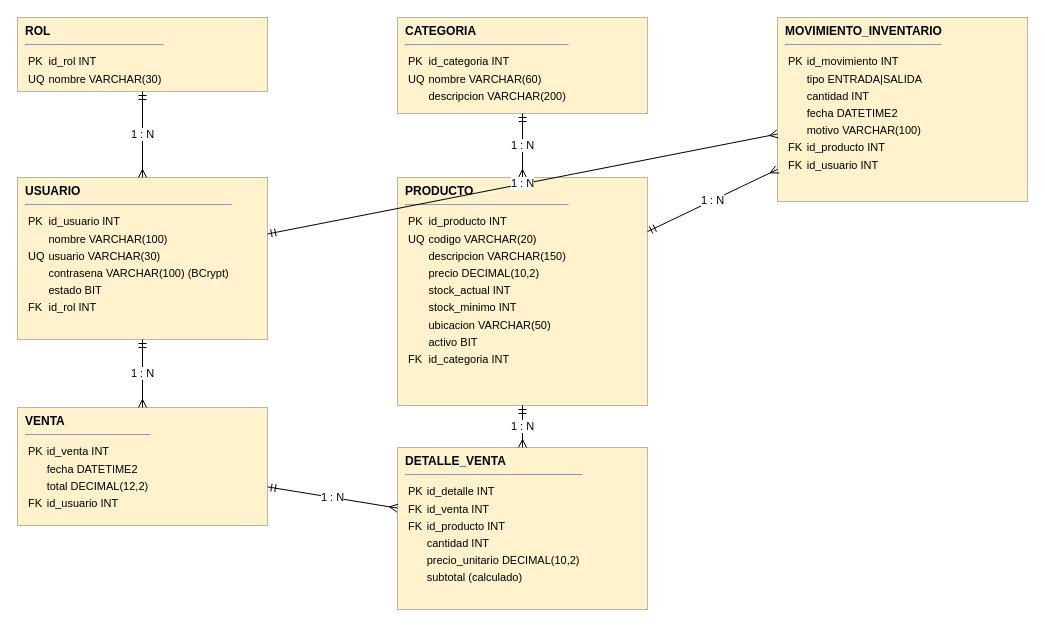
The draw.io diagram 02_Diseno_Tecnico/02_Modelo_Entidad_Relacion.drawio in u00041062-cyber/ferreteria-inventario-ventas, before the edit. Source tidied: cells renumbered, new cells numbered last; positions are measured from the earlier drawing's top-left corner, leaving out a move shared by most shapes. Both pictures are drawn from the tidied source at 100%, with x=0, y=0 at pixel (17, 17).
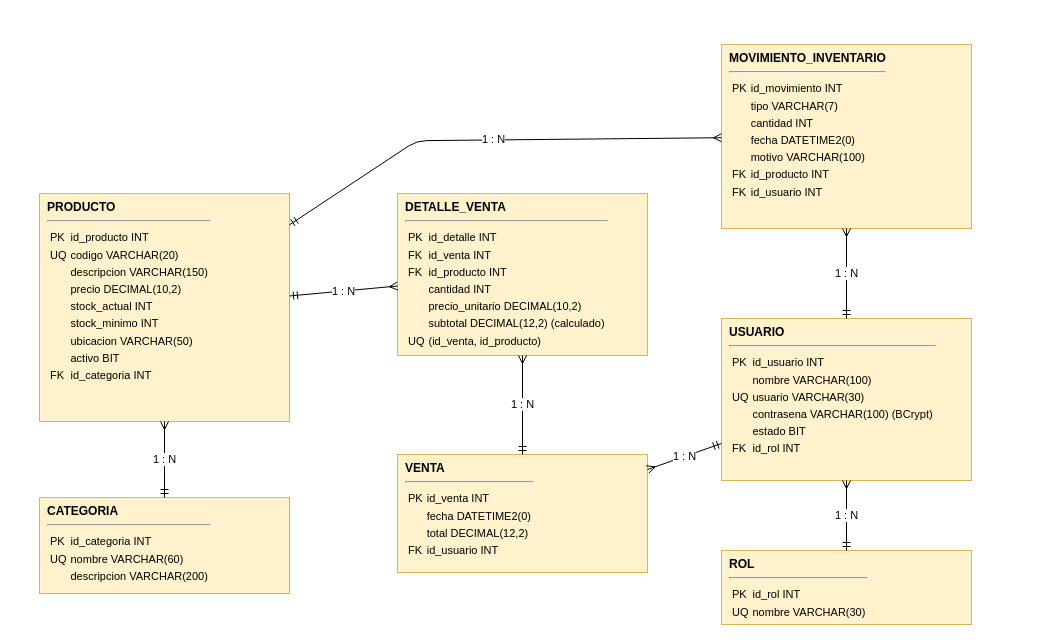
After the change.

What changed in the source:
```diff
@@
 <mxGraphModel>
   <root>
     <mxCell id="0" />
     <mxCell id="1" parent="0" />
     <mxCell id="2" value="&lt;b&gt;ROL&lt;/b&gt;&lt;hr/&gt;&lt;table cellpadding=&quot;1&quot; style=&quot;font-size:11px&quot;&gt;&lt;tr&gt;&lt;td&gt;PK&lt;/td&gt;&lt;td&gt;id_rol INT&lt;/td&gt;&lt;/tr&gt;&lt;tr&gt;&lt;td&gt;UQ&lt;/td&gt;&lt;td&gt;nombre VARCHAR(30)&lt;/td&gt;&lt;/tr&gt;&lt;/table&gt;" style="rounded=0;whiteSpace=wrap;html=1;align=left;verticalAlign=top;spacingLeft=6;fillColor=#fff2cc;strokeColor=#d6b656;" parent="1" vertex="1">
-      <mxGeometry width="250" height="74" as="geometry" />
+      <mxGeometry x="704" y="533" width="250" height="74" as="geometry" />
     </mxCell>
     <mxCell id="3" value="&lt;b&gt;USUARIO&lt;/b&gt;&lt;hr/&gt;&lt;table cellpadding=&quot;1&quot; style=&quot;font-size:11px&quot;&gt;&lt;tr&gt;&lt;td&gt;PK&lt;/td&gt;&lt;td&gt;id_usuario INT&lt;/td&gt;&lt;/tr&gt;&lt;tr&gt;&lt;td&gt;&lt;/td&gt;&lt;td&gt;nombre VARCHAR(100)&lt;/td&gt;&lt;/tr&gt;&lt;tr&gt;&lt;td&gt;UQ&lt;/td&gt;&lt;td&gt;usuario VARCHAR(30)&lt;/td&gt;&lt;/tr&gt;&lt;tr&gt;&lt;td&gt;&lt;/td&gt;&lt;td&gt;contrasena VARCHAR(100) (BCrypt)&lt;/td&gt;&lt;/tr&gt;&lt;tr&gt;&lt;td&gt;&lt;/td&gt;&lt;td&gt;estado BIT&lt;/td&gt;&lt;/tr&gt;&lt;tr&gt;&lt;td&gt;FK&lt;/td&gt;&lt;td&gt;id_rol INT&lt;/td&gt;&lt;/tr&gt;&lt;/table&gt;" style="rounded=0;whiteSpace=wrap;html=1;align=left;verticalAlign=top;spacingLeft=6;fillColor=#fff2cc;strokeColor=#d6b656;" parent="1" vertex="1">
-      <mxGeometry y="160" width="250" height="162" as="geometry" />
+      <mxGeometry x="704" y="301" width="250" height="162" as="geometry" />
     </mxCell>
     <mxCell id="4" value="&lt;b&gt;CATEGORIA&lt;/b&gt;&lt;hr/&gt;&lt;table cellpadding=&quot;1&quot; style=&quot;font-size:11px&quot;&gt;&lt;tr&gt;&lt;td&gt;PK&lt;/td&gt;&lt;td&gt;id_categoria INT&lt;/td&gt;&lt;/tr&gt;&lt;tr&gt;&lt;td&gt;UQ&lt;/td&gt;&lt;td&gt;nombre VARCHAR(60)&lt;/td&gt;&lt;/tr&gt;&lt;tr&gt;&lt;td&gt;&lt;/td&gt;&lt;td&gt;descripcion VARCHAR(200)&lt;/td&gt;&lt;/tr&gt;&lt;/table&gt;" style="rounded=0;whiteSpace=wrap;html=1;align=left;verticalAlign=top;spacingLeft=6;fillColor=#fff2cc;strokeColor=#d6b656;" parent="1" vertex="1">
-      <mxGeometry x="380" width="250" height="96" as="geometry" />
+      <mxGeometry x="22" y="480" width="250" height="96" as="geometry" />
     </mxCell>
     <mxCell id="5" value="&lt;b&gt;PRODUCTO&lt;/b&gt;&lt;hr/&gt;&lt;table cellpadding=&quot;1&quot; style=&quot;font-size:11px&quot;&gt;&lt;tr&gt;&lt;td&gt;PK&lt;/td&gt;&lt;td&gt;id_producto INT&lt;/td&gt;&lt;/tr&gt;&lt;tr&gt;&lt;td&gt;UQ&lt;/td&gt;&lt;td&gt;codigo VARCHAR(20)&lt;/td&gt;&lt;/tr&gt;&lt;tr&gt;&lt;td&gt;&lt;/td&gt;&lt;td&gt;descripcion VARCHAR(150)&lt;/td&gt;&lt;/tr&gt;&lt;tr&gt;&lt;td&gt;&lt;/td&gt;&lt;td&gt;precio DECIMAL(10,2)&lt;/td&gt;&lt;/tr&gt;&lt;tr&gt;&lt;td&gt;&lt;/td&gt;&lt;td&gt;stock_actual INT&lt;/td&gt;&lt;/tr&gt;&lt;tr&gt;&lt;td&gt;&lt;/td&gt;&lt;td&gt;stock_minimo INT&lt;/td&gt;&lt;/tr&gt;&lt;tr&gt;&lt;td&gt;&lt;/td&gt;&lt;td&gt;ubicacion VARCHAR(50)&lt;/td&gt;&lt;/tr&gt;&lt;tr&gt;&lt;td&gt;&lt;/td&gt;&lt;td&gt;activo BIT&lt;/td&gt;&lt;/tr&gt;&lt;tr&gt;&lt;td&gt;FK&lt;/td&gt;&lt;td&gt;id_categoria INT&lt;/td&gt;&lt;/tr&gt;&lt;/table&gt;" style="rounded=0;whiteSpace=wrap;html=1;align=left;verticalAlign=top;spacingLeft=6;fillColor=#fff2cc;strokeColor=#d6b656;" parent="1" vertex="1">
-      <mxGeometry x="380" y="160" width="250" height="228" as="geometry" />
+      <mxGeometry x="22" y="176" width="250" height="228" as="geometry" />
     </mxCell>
-    <mxCell id="6" value="&lt;b&gt;MOVIMIENTO_INVENTARIO&lt;/b&gt;&lt;hr/&gt;&lt;table cellpadding=&quot;1&quot; style=&quot;font-size:11px&quot;&gt;&lt;tr&gt;&lt;td&gt;PK&lt;/td&gt;&lt;td&gt;id_movimiento INT&lt;/td&gt;&lt;/tr&gt;&lt;tr&gt;&lt;td&gt;&lt;/td&gt;&lt;td&gt;tipo ENTRADA|SALIDA&lt;/td&gt;&lt;/tr&gt;&lt;tr&gt;&lt;td&gt;&lt;/td&gt;&lt;td&gt;cantidad INT&lt;/td&gt;&lt;/tr&gt;&lt;tr&gt;&lt;td&gt;&lt;/td&gt;&lt;td&gt;fecha DATETIME2&lt;/td&gt;&lt;/tr&gt;&lt;tr&gt;&lt;td&gt;&lt;/td&gt;&lt;td&gt;motivo VARCHAR(100)&lt;/td&gt;&lt;/tr&gt;&lt;tr&gt;&lt;td&gt;FK&lt;/td&gt;&lt;td&gt;id_producto INT&lt;/td&gt;&lt;/tr&gt;&lt;tr&gt;&lt;td&gt;FK&lt;/td&gt;&lt;td&gt;id_usuario INT&lt;/td&gt;&lt;/tr&gt;&lt;/table&gt;" style="rounded=0;whiteSpace=wrap;html=1;align=left;verticalAlign=top;spacingLeft=6;fillColor=#fff2cc;strokeColor=#d6b656;" parent="1" vertex="1">
-      <mxGeometry x="760" width="250" height="184" as="geometry" />
+    <mxCell id="6" value="&lt;b&gt;MOVIMIENTO_INVENTARIO&lt;/b&gt;&lt;hr&gt;&lt;table cellpadding=&quot;1&quot; style=&quot;font-size:11px&quot;&gt;&lt;tbody&gt;&lt;tr&gt;&lt;td&gt;PK&lt;/td&gt;&lt;td&gt;id_movimiento INT&lt;/td&gt;&lt;/tr&gt;&lt;tr&gt;&lt;td&gt;&lt;/td&gt;&lt;td&gt;tipo VARCHAR(7)&lt;/td&gt;&lt;/tr&gt;&lt;tr&gt;&lt;td&gt;&lt;/td&gt;&lt;td&gt;cantidad INT&lt;/td&gt;&lt;/tr&gt;&lt;tr&gt;&lt;td&gt;&lt;/td&gt;&lt;td&gt;fecha DATETIME2(0)&lt;/td&gt;&lt;/tr&gt;&lt;tr&gt;&lt;td&gt;&lt;/td&gt;&lt;td&gt;motivo VARCHAR(100)&lt;/td&gt;&lt;/tr&gt;&lt;tr&gt;&lt;td&gt;FK&lt;/td&gt;&lt;td&gt;id_producto INT&lt;/td&gt;&lt;/tr&gt;&lt;tr&gt;&lt;td&gt;FK&lt;/td&gt;&lt;td&gt;id_usuario INT&lt;/td&gt;&lt;/tr&gt;&lt;/tbody&gt;&lt;/table&gt;" style="rounded=0;whiteSpace=wrap;html=1;align=left;verticalAlign=top;spacingLeft=6;fillColor=#fff2cc;strokeColor=#d6b656;" parent="1" vertex="1">
+      <mxGeometry x="704" y="27" width="250" height="184" as="geometry" />
     </mxCell>
-    <mxCell id="7" value="&lt;b&gt;VENTA&lt;/b&gt;&lt;hr/&gt;&lt;table cellpadding=&quot;1&quot; style=&quot;font-size:11px&quot;&gt;&lt;tr&gt;&lt;td&gt;PK&lt;/td&gt;&lt;td&gt;id_venta INT&lt;/td&gt;&lt;/tr&gt;&lt;tr&gt;&lt;td&gt;&lt;/td&gt;&lt;td&gt;fecha DATETIME2&lt;/td&gt;&lt;/tr&gt;&lt;tr&gt;&lt;td&gt;&lt;/td&gt;&lt;td&gt;total DECIMAL(12,2)&lt;/td&gt;&lt;/tr&gt;&lt;tr&gt;&lt;td&gt;FK&lt;/td&gt;&lt;td&gt;id_usuario INT&lt;/td&gt;&lt;/tr&gt;&lt;/table&gt;" style="rounded=0;whiteSpace=wrap;html=1;align=left;verticalAlign=top;spacingLeft=6;fillColor=#fff2cc;strokeColor=#d6b656;" parent="1" vertex="1">
-      <mxGeometry y="390" width="250" height="118" as="geometry" />
+    <mxCell id="7" value="&lt;b&gt;VENTA&lt;/b&gt;&lt;hr&gt;&lt;table cellpadding=&quot;1&quot; style=&quot;font-size:11px&quot;&gt;&lt;tbody&gt;&lt;tr&gt;&lt;td&gt;PK&lt;/td&gt;&lt;td&gt;id_venta INT&lt;/td&gt;&lt;/tr&gt;&lt;tr&gt;&lt;td&gt;&lt;/td&gt;&lt;td&gt;fecha DATETIME2(0)&lt;/td&gt;&lt;/tr&gt;&lt;tr&gt;&lt;td&gt;&lt;/td&gt;&lt;td&gt;total DECIMAL(12,2)&lt;/td&gt;&lt;/tr&gt;&lt;tr&gt;&lt;td&gt;FK&lt;/td&gt;&lt;td&gt;id_usuario INT&lt;/td&gt;&lt;/tr&gt;&lt;/tbody&gt;&lt;/table&gt;" style="rounded=0;whiteSpace=wrap;html=1;align=left;verticalAlign=top;spacingLeft=6;fillColor=#fff2cc;strokeColor=#d6b656;" parent="1" vertex="1">
+      <mxGeometry x="380" y="437" width="250" height="118" as="geometry" />
     </mxCell>
-    <mxCell id="8" value="&lt;b&gt;DETALLE_VENTA&lt;/b&gt;&lt;hr/&gt;&lt;table cellpadding=&quot;1&quot; style=&quot;font-size:11px&quot;&gt;&lt;tr&gt;&lt;td&gt;PK&lt;/td&gt;&lt;td&gt;id_detalle INT&lt;/td&gt;&lt;/tr&gt;&lt;tr&gt;&lt;td&gt;FK&lt;/td&gt;&lt;td&gt;id_venta INT&lt;/td&gt;&lt;/tr&gt;&lt;tr&gt;&lt;td&gt;FK&lt;/td&gt;&lt;td&gt;id_producto INT&lt;/td&gt;&lt;/tr&gt;&lt;tr&gt;&lt;td&gt;&lt;/td&gt;&lt;td&gt;cantidad INT&lt;/td&gt;&lt;/tr&gt;&lt;tr&gt;&lt;td&gt;&lt;/td&gt;&lt;td&gt;precio_unitario DECIMAL(10,2)&lt;/td&gt;&lt;/tr&gt;&lt;tr&gt;&lt;td&gt;&lt;/td&gt;&lt;td&gt;subtotal (calculado)&lt;/td&gt;&lt;/tr&gt;&lt;/table&gt;" style="rounded=0;whiteSpace=wrap;html=1;align=left;verticalAlign=top;spacingLeft=6;fillColor=#fff2cc;strokeColor=#d6b656;" parent="1" vertex="1">
-      <mxGeometry x="380" y="430" width="250" height="162" as="geometry" />
+    <mxCell id="8" value="&lt;b&gt;DETALLE_VENTA&lt;/b&gt;&lt;hr&gt;&lt;table cellpadding=&quot;1&quot; style=&quot;font-size:11px&quot;&gt;&lt;tbody&gt;&lt;tr&gt;&lt;td&gt;PK&lt;/td&gt;&lt;td&gt;id_detalle INT&lt;br&gt;&lt;/td&gt;&lt;/tr&gt;&lt;tr&gt;&lt;td&gt;FK&lt;/td&gt;&lt;td&gt;id_venta INT&lt;/td&gt;&lt;/tr&gt;&lt;tr&gt;&lt;td&gt;FK&lt;/td&gt;&lt;td&gt;id_producto INT&lt;/td&gt;&lt;/tr&gt;&lt;tr&gt;&lt;td&gt;&lt;/td&gt;&lt;td&gt;cantidad INT&lt;/td&gt;&lt;/tr&gt;&lt;tr&gt;&lt;td&gt;&lt;/td&gt;&lt;td&gt;precio_unitario DECIMAL(10,2)&lt;/td&gt;&lt;/tr&gt;&lt;tr&gt;&lt;td&gt;&lt;/td&gt;&lt;td&gt;subtotal DECIMAL(12,2) (calculado)&lt;/td&gt;&lt;/tr&gt;&lt;tr&gt;&lt;td&gt;UQ&lt;/td&gt;&lt;td&gt;(id_venta, id_producto)&lt;/td&gt;&lt;/tr&gt;&lt;/tbody&gt;&lt;/table&gt;" style="rounded=0;whiteSpace=wrap;html=1;align=left;verticalAlign=top;spacingLeft=6;fillColor=#fff2cc;strokeColor=#d6b656;" parent="1" vertex="1">
+      <mxGeometry x="380" y="176" width="250" height="162" as="geometry" />
     </mxCell>
     <mxCell id="9" value="1 : N" style="endArrow=ERmany;startArrow=ERmandOne;html=1;endFill=0;startFill=0;" parent="1" edge="1" source="2" target="3">
       <mxGeometry relative="1" as="geometry" />
     </mxCell>
     <mxCell id="10" value="1 : N" style="endArrow=ERmany;startArrow=ERmandOne;html=1;endFill=0;startFill=0;" parent="1" edge="1" source="4" target="5">
       <mxGeometry relative="1" as="geometry" />
     </mxCell>
     <mxCell id="11" value="1 : N" style="endArrow=ERmany;startArrow=ERmandOne;html=1;endFill=0;startFill=0;" parent="1" edge="1" source="5" target="6">
-      <mxGeometry relative="1" as="geometry" />
+      <mxGeometry relative="1" as="geometry">
+        <Array as="points">
+          <mxPoint x="399.1" y="123.2" />
+        </Array>
+      </mxGeometry>
     </mxCell>
     <mxCell id="12" value="1 : N" style="endArrow=ERmany;startArrow=ERmandOne;html=1;endFill=0;startFill=0;" parent="1" edge="1" source="3" target="6">
       <mxGeometry relative="1" as="geometry" />
     </mxCell>
     <mxCell id="13" value="1 : N" style="endArrow=ERmany;startArrow=ERmandOne;html=1;endFill=0;startFill=0;" parent="1" edge="1" source="3" target="7">
       <mxGeometry relative="1" as="geometry" />
     </mxCell>
     <mxCell id="14" value="1 : N" style="endArrow=ERmany;startArrow=ERmandOne;html=1;endFill=0;startFill=0;" parent="1" edge="1" source="7" target="8">
       <mxGeometry relative="1" as="geometry" />
     </mxCell>
     <mxCell id="15" value="1 : N" style="endArrow=ERmany;startArrow=ERmandOne;html=1;endFill=0;startFill=0;" parent="1" edge="1" source="5" target="8">
       <mxGeometry relative="1" as="geometry" />
     </mxCell>
   </root>
 </mxGraphModel>
```
